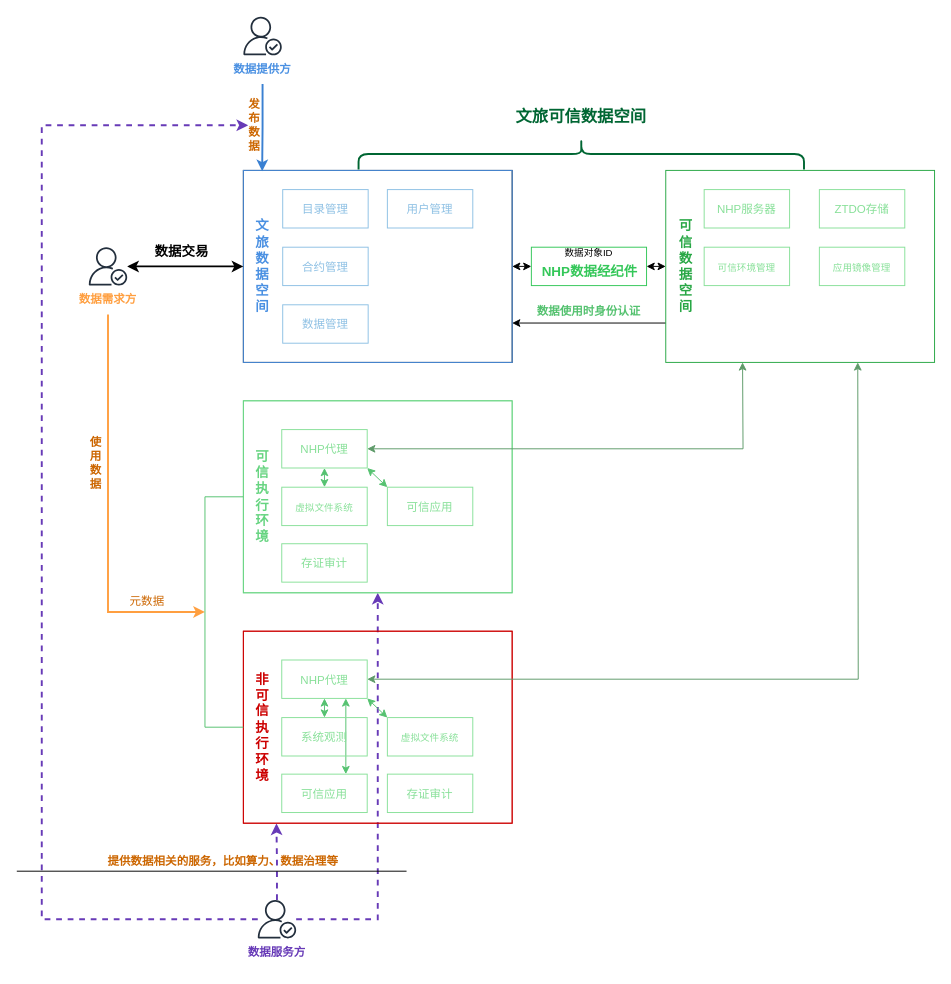
This is page "DHP可信数据空间架构" (4 of 4) of dhp/confidential.computing.productization.based.on.dhp.drawio from wenhulove333/opendhp, a draw.io file, before an edit. Source tidied: cells renumbered, new cells numbered last; positions are measured from the earlier drawing's top-left corner, leaving out a move shared by most shapes. Both pictures are drawn from the tidied source at 96%, with x=0, y=0 at pixel (16, -69).
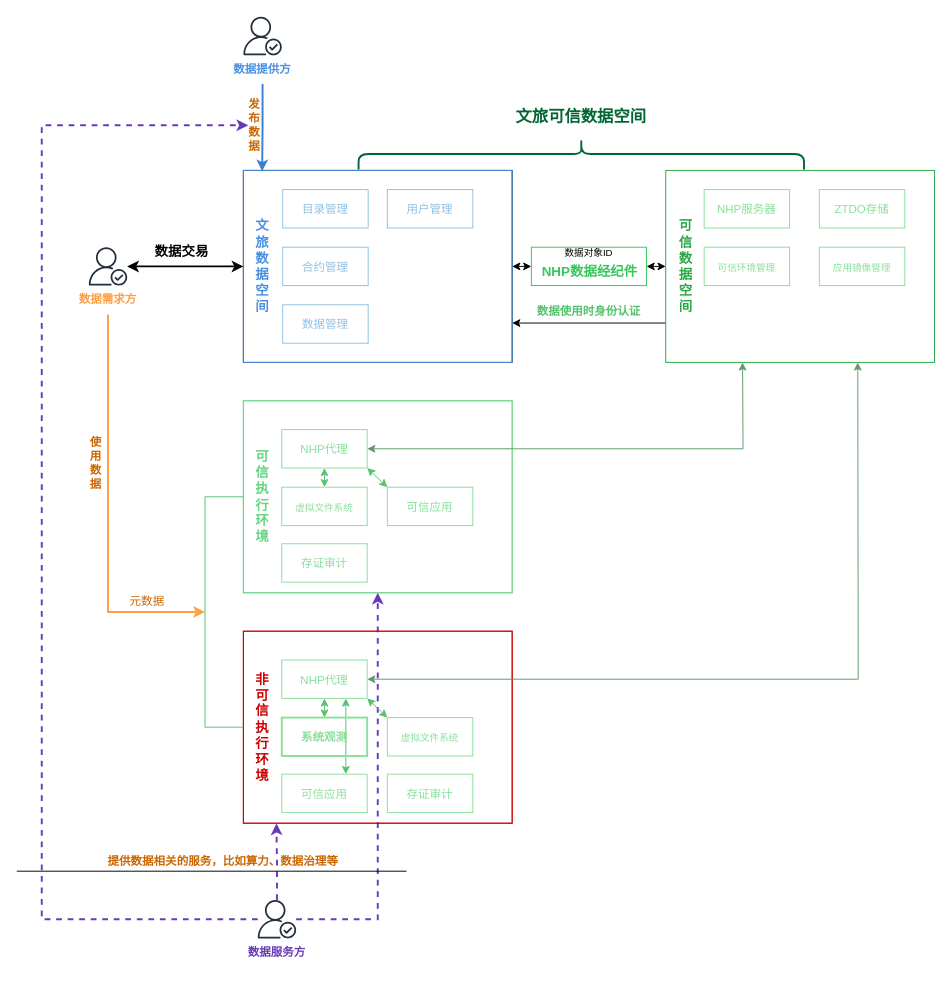
After the change.

Unchanged cells that the change refers to:
```xml
<mxCell id="54" style="group;strokeColor=#CC0000;" parent="1" vertex="1">
  <mxGeometry x="236" y="729" width="280" height="200" as="geometry" />
</mxCell>
```

Change to the diagram source:
```diff
@@
-    <mxCell id="61" style="group;" parent="54" vertex="1">
+    <mxCell id="61" style="group;strokeWidth=2;" parent="54" vertex="1">
       <mxGeometry x="40" y="90" width="89" height="40" as="geometry" />
     </mxCell>
-    <mxCell id="62" style="rounded=0;whiteSpace=wrap;html=1;fillColor=none;strokeColor=#88E099;" parent="61" vertex="1">
+    <mxCell id="62" style="rounded=0;whiteSpace=wrap;html=1;fillColor=none;strokeColor=#88E099;strokeWidth=2;" parent="61" vertex="1">
       <mxGeometry width="89" height="40" as="geometry" />
     </mxCell>
-    <mxCell id="63" value="&lt;font color=&quot;#88e099&quot;&gt;系统观测&lt;/font&gt;" style="text;html=1;align=center;verticalAlign=middle;whiteSpace=wrap;rounded=0;" parent="61" vertex="1">
+    <mxCell id="63" value="&lt;font color=&quot;#88e099&quot;&gt;&lt;b&gt;系统观测&lt;/b&gt;&lt;/font&gt;" style="text;html=1;align=center;verticalAlign=middle;whiteSpace=wrap;rounded=0;" parent="61" vertex="1">
       <mxGeometry x="10" y="8" width="69" height="26" as="geometry" />
     </mxCell>
```
